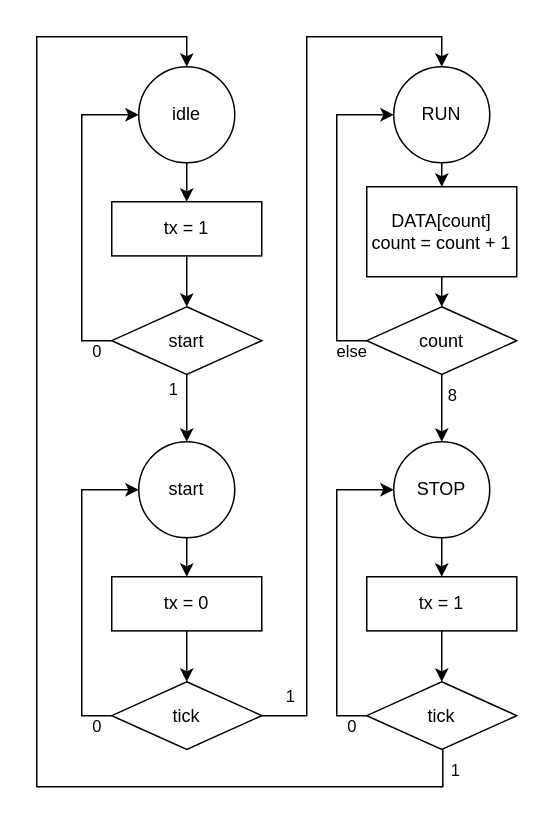
cong2738/FPGA_Harman keeps this draw.io diagram as uart_exam0314 ASM.drawio. Above is the earlier version. Source tidied: cells renumbered, new cells numbered last; positions are measured from the earlier drawing's top-left corner, leaving out a move shared by most shapes. Both pictures are drawn from the tidied source at 150%, with x=0, y=0 at pixel (36, 36).
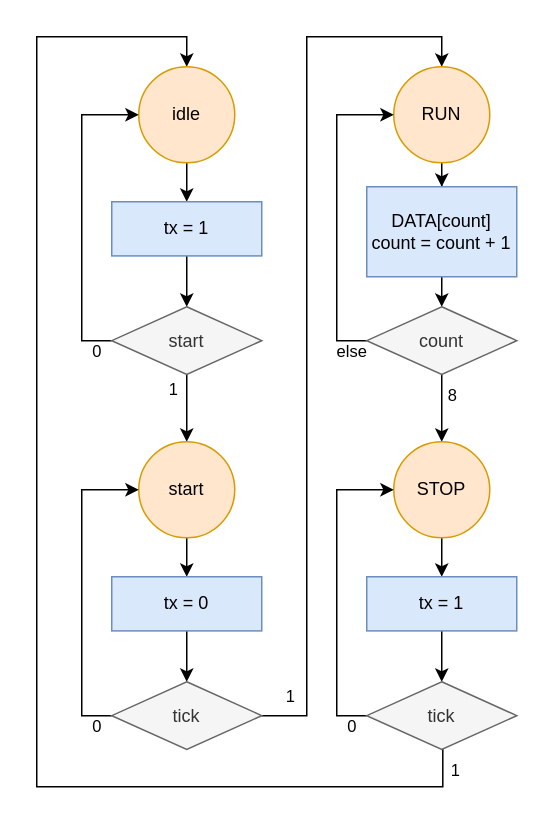
After the change.

Change to the diagram source:
```diff
@@
-    <mxCell id="2" style="group;" parent="1" vertex="1">
-      <mxGeometry x="30" y="20" width="120" height="230" as="geometry" />
-    </mxCell>
+    <mxCell id="18" style="edgeStyle=orthogonalEdgeStyle;rounded=0;jettySize=auto;html=1;entryX=0.5;entryY=0;entryDx=0;entryDy=0;" parent="1" edge="1" source="9" target="12">
+      <mxGeometry relative="1" as="geometry" />
+    </mxCell>
+    <mxCell id="19" value="1" style="edgeLabel;html=1;align=center;verticalAlign=middle;" parent="18" vertex="1">
+      <mxGeometry x="0.44" y="1" relative="1" as="geometry">
+        <mxPoint x="-11" y="-23" as="offset" />
+      </mxGeometry>
+    </mxCell>
+    <mxCell id="20" style="edgeStyle=orthogonalEdgeStyle;rounded=0;jettySize=auto;html=1;entryX=0.5;entryY=0;entryDx=0;entryDy=0;" parent="1" edge="1" source="17" target="32">
+      <mxGeometry relative="1" as="geometry">
+        <Array as="points">
+          <mxPoint x="180" y="453" />
+          <mxPoint x="180" />
+          <mxPoint x="270" />
+        </Array>
+      </mxGeometry>
+    </mxCell>
+    <mxCell id="21" value="1" style="edgeLabel;html=1;align=center;verticalAlign=middle;" parent="20" vertex="1">
+      <mxGeometry x="0.44" y="1" relative="1" as="geometry">
+        <mxPoint x="-11" y="384" as="offset" />
+      </mxGeometry>
+    </mxCell>
+    <mxCell id="38" style="edgeStyle=orthogonalEdgeStyle;rounded=0;jettySize=auto;html=1;entryX=0.5;entryY=0;entryDx=0;entryDy=0;exitX=0.507;exitY=0.979;exitDx=0;exitDy=0;exitPerimeter=0;" parent="1" edge="1" source="29" target="4">
+      <mxGeometry relative="1" as="geometry">
+        <Array as="points">
+          <mxPoint x="271" y="500" />
+          <mxPoint y="500" />
+          <mxPoint />
+          <mxPoint x="100" />
+        </Array>
+      </mxGeometry>
+    </mxCell>
+    <mxCell id="39" value="1" style="edgeLabel;html=1;align=center;verticalAlign=middle;" parent="38" vertex="1">
+      <mxGeometry x="-0.97" y="1" relative="1" as="geometry">
+        <mxPoint x="7" as="offset" />
+      </mxGeometry>
+    </mxCell>
+    <mxCell id="40" style="edgeStyle=orthogonalEdgeStyle;rounded=0;jettySize=auto;html=1;entryX=0.5;entryY=0;entryDx=0;entryDy=0;" parent="1" edge="1" source="37" target="24">
+      <mxGeometry relative="1" as="geometry" />
+    </mxCell>
+    <mxCell id="41" value="8" style="edgeLabel;html=1;align=center;verticalAlign=middle;" parent="40" vertex="1">
+      <mxGeometry x="-0.45" relative="1" as="geometry">
+        <mxPoint x="6" y="1" as="offset" />
+      </mxGeometry>
+    </mxCell>
-    <mxCell id="3" style="edgeStyle=orthogonalEdgeStyle;rounded=0;jettySize=auto;html=1;entryX=0.5;entryY=0;entryDx=0;entryDy=0;" parent="2" edge="1" source="4" target="6">
+    <mxCell id="3" style="edgeStyle=orthogonalEdgeStyle;rounded=0;jettySize=auto;html=1;entryX=0.5;entryY=0;entryDx=0;entryDy=0;" parent="1" edge="1" source="4" target="6">
       <mxGeometry relative="1" as="geometry" />
     </mxCell>
-    <mxCell id="4" value="idle" style="ellipse;whiteSpace=wrap;html=1;" parent="2" vertex="1">
-      <mxGeometry x="38" width="64" height="64" as="geometry" />
+    <mxCell id="4" value="idle" style="ellipse;whiteSpace=wrap;html=1;fillColor=#ffe6cc;strokeColor=#d79b00;" parent="1" vertex="1">
+      <mxGeometry x="68" y="20" width="64" height="64" as="geometry" />
     </mxCell>
-    <mxCell id="5" style="edgeStyle=orthogonalEdgeStyle;rounded=0;jettySize=auto;html=1;entryX=0.5;entryY=0;entryDx=0;entryDy=0;" parent="2" edge="1" source="6" target="9">
+    <mxCell id="5" style="edgeStyle=orthogonalEdgeStyle;rounded=0;jettySize=auto;html=1;entryX=0.5;entryY=0;entryDx=0;entryDy=0;" parent="1" edge="1" source="6" target="9">
       <mxGeometry relative="1" as="geometry" />
     </mxCell>
-    <mxCell id="6" value="tx = 1" style="rounded=0;whiteSpace=wrap;html=1;" parent="2" vertex="1">
-      <mxGeometry x="20" y="90" width="100" height="36.1" as="geometry" />
+    <mxCell id="6" value="tx = 1" style="rounded=0;whiteSpace=wrap;html=1;fillColor=#dae8fc;strokeColor=#6c8ebf;" parent="1" vertex="1">
+      <mxGeometry x="50" y="110" width="100" height="36.1" as="geometry" />
     </mxCell>
-    <mxCell id="7" style="edgeStyle=orthogonalEdgeStyle;rounded=0;jettySize=auto;html=1;entryX=0;entryY=0.5;entryDx=0;entryDy=0;" parent="2" edge="1" source="9" target="4">
+    <mxCell id="7" style="edgeStyle=orthogonalEdgeStyle;rounded=0;jettySize=auto;html=1;entryX=0;entryY=0.5;entryDx=0;entryDy=0;" parent="1" edge="1" source="9" target="4">
       <mxGeometry relative="1" as="geometry">
         <Array as="points">
-          <mxPoint y="183" />
-          <mxPoint y="32" />
+          <mxPoint x="30" y="203" />
+          <mxPoint x="30" y="52" />
         </Array>
       </mxGeometry>
     </mxCell>
@@
-    <mxCell id="9" value="start" style="rhombus;whiteSpace=wrap;html=1;" parent="2" vertex="1">
-      <mxGeometry x="20" y="160" width="100" height="45.2" as="geometry" />
+    <mxCell id="9" value="start" style="rhombus;whiteSpace=wrap;html=1;fillColor=#f5f5f5;fontColor=#333333;strokeColor=#666666;" parent="1" vertex="1">
+      <mxGeometry x="50" y="180" width="100" height="45.2" as="geometry" />
     </mxCell>
-    <mxCell id="10" style="group;" parent="1" vertex="1">
-      <mxGeometry x="30" y="270" width="120" height="230" as="geometry" />
-    </mxCell>
-    <mxCell id="11" style="edgeStyle=orthogonalEdgeStyle;rounded=0;jettySize=auto;html=1;entryX=0.5;entryY=0;entryDx=0;entryDy=0;" parent="10" edge="1" source="12" target="14">
+    <mxCell id="11" style="edgeStyle=orthogonalEdgeStyle;rounded=0;jettySize=auto;html=1;entryX=0.5;entryY=0;entryDx=0;entryDy=0;" parent="1" edge="1" source="12" target="14">
       <mxGeometry relative="1" as="geometry" />
     </mxCell>
-    <mxCell id="12" value="start" style="ellipse;whiteSpace=wrap;html=1;" parent="10" vertex="1">
-      <mxGeometry x="38" width="64" height="64" as="geometry" />
+    <mxCell id="12" value="start" style="ellipse;whiteSpace=wrap;html=1;fillColor=#ffe6cc;strokeColor=#d79b00;" parent="1" vertex="1">
+      <mxGeometry x="68" y="270" width="64" height="64" as="geometry" />
     </mxCell>
-    <mxCell id="13" style="edgeStyle=orthogonalEdgeStyle;rounded=0;jettySize=auto;html=1;entryX=0.5;entryY=0;entryDx=0;entryDy=0;" parent="10" edge="1" source="14" target="17">
+    <mxCell id="13" style="edgeStyle=orthogonalEdgeStyle;rounded=0;jettySize=auto;html=1;entryX=0.5;entryY=0;entryDx=0;entryDy=0;" parent="1" edge="1" source="14" target="17">
       <mxGeometry relative="1" as="geometry" />
     </mxCell>
-    <mxCell id="14" value="tx = 0" style="rounded=0;whiteSpace=wrap;html=1;" parent="10" vertex="1">
-      <mxGeometry x="20" y="90" width="100" height="36.1" as="geometry" />
+    <mxCell id="14" value="tx = 0" style="rounded=0;whiteSpace=wrap;html=1;fillColor=#dae8fc;strokeColor=#6c8ebf;" parent="1" vertex="1">
+      <mxGeometry x="50" y="360" width="100" height="36.1" as="geometry" />
     </mxCell>
-    <mxCell id="15" style="edgeStyle=orthogonalEdgeStyle;rounded=0;jettySize=auto;html=1;entryX=0;entryY=0.5;entryDx=0;entryDy=0;" parent="10" edge="1" source="17" target="12">
+    <mxCell id="15" style="edgeStyle=orthogonalEdgeStyle;rounded=0;jettySize=auto;html=1;entryX=0;entryY=0.5;entryDx=0;entryDy=0;" parent="1" edge="1" source="17" target="12">
       <mxGeometry relative="1" as="geometry">
         <Array as="points">
-          <mxPoint y="183" />
-          <mxPoint y="32" />
+          <mxPoint x="30" y="453" />
+          <mxPoint x="30" y="302" />
         </Array>
       </mxGeometry>
     </mxCell>
@@
-    <mxCell id="17" value="tick" style="rhombus;whiteSpace=wrap;html=1;" parent="10" vertex="1">
-      <mxGeometry x="20" y="160" width="100" height="45.2" as="geometry" />
+    <mxCell id="17" value="tick" style="rhombus;whiteSpace=wrap;html=1;fillColor=#f5f5f5;fontColor=#333333;strokeColor=#666666;" parent="1" vertex="1">
+      <mxGeometry x="50" y="430" width="100" height="45.2" as="geometry" />
     </mxCell>
-    <mxCell id="18" style="edgeStyle=orthogonalEdgeStyle;rounded=0;jettySize=auto;html=1;entryX=0.5;entryY=0;entryDx=0;entryDy=0;" parent="1" edge="1" source="9" target="12">
-      <mxGeometry relative="1" as="geometry" />
-    </mxCell>
-    <mxCell id="19" value="1" style="edgeLabel;html=1;align=center;verticalAlign=middle;" parent="18" vertex="1">
-      <mxGeometry x="0.44" y="1" relative="1" as="geometry">
-        <mxPoint x="-11" y="-23" as="offset" />
-      </mxGeometry>
-    </mxCell>
-    <mxCell id="20" style="edgeStyle=orthogonalEdgeStyle;rounded=0;jettySize=auto;html=1;entryX=0.5;entryY=0;entryDx=0;entryDy=0;" parent="1" edge="1" source="17" target="32">
-      <mxGeometry relative="1" as="geometry">
-        <Array as="points">
-          <mxPoint x="180" y="453" />
-          <mxPoint x="180" />
-          <mxPoint x="270" />
-        </Array>
-      </mxGeometry>
-    </mxCell>
-    <mxCell id="21" value="1" style="edgeLabel;html=1;align=center;verticalAlign=middle;" parent="20" vertex="1">
-      <mxGeometry x="0.44" y="1" relative="1" as="geometry">
-        <mxPoint x="-11" y="384" as="offset" />
-      </mxGeometry>
-    </mxCell>
-    <mxCell id="22" style="group;" parent="1" vertex="1">
-      <mxGeometry x="200" y="270" width="120" height="230" as="geometry" />
-    </mxCell>
-    <mxCell id="23" style="edgeStyle=orthogonalEdgeStyle;rounded=0;jettySize=auto;html=1;entryX=0.5;entryY=0;entryDx=0;entryDy=0;" parent="22" edge="1" source="24" target="26">
+    <mxCell id="23" style="edgeStyle=orthogonalEdgeStyle;rounded=0;jettySize=auto;html=1;entryX=0.5;entryY=0;entryDx=0;entryDy=0;" parent="1" edge="1" source="24" target="26">
       <mxGeometry relative="1" as="geometry" />
     </mxCell>
-    <mxCell id="24" value="STOP" style="ellipse;whiteSpace=wrap;html=1;" parent="22" vertex="1">
-      <mxGeometry x="38" width="64" height="64" as="geometry" />
+    <mxCell id="24" value="STOP" style="ellipse;whiteSpace=wrap;html=1;fillColor=#ffe6cc;strokeColor=#d79b00;" parent="1" vertex="1">
+      <mxGeometry x="238" y="270" width="64" height="64" as="geometry" />
     </mxCell>
-    <mxCell id="25" style="edgeStyle=orthogonalEdgeStyle;rounded=0;jettySize=auto;html=1;entryX=0.5;entryY=0;entryDx=0;entryDy=0;" parent="22" edge="1" source="26" target="29">
+    <mxCell id="25" style="edgeStyle=orthogonalEdgeStyle;rounded=0;jettySize=auto;html=1;entryX=0.5;entryY=0;entryDx=0;entryDy=0;" parent="1" edge="1" source="26" target="29">
       <mxGeometry relative="1" as="geometry" />
     </mxCell>
-    <mxCell id="26" value="tx = 1" style="rounded=0;whiteSpace=wrap;html=1;" parent="22" vertex="1">
-      <mxGeometry x="20" y="90" width="100" height="36.1" as="geometry" />
+    <mxCell id="26" value="tx = 1" style="rounded=0;whiteSpace=wrap;html=1;fillColor=#dae8fc;strokeColor=#6c8ebf;" parent="1" vertex="1">
+      <mxGeometry x="220" y="360" width="100" height="36.1" as="geometry" />
     </mxCell>
-    <mxCell id="27" style="edgeStyle=orthogonalEdgeStyle;rounded=0;jettySize=auto;html=1;entryX=0;entryY=0.5;entryDx=0;entryDy=0;" parent="22" edge="1" source="29" target="24">
+    <mxCell id="27" style="edgeStyle=orthogonalEdgeStyle;rounded=0;jettySize=auto;html=1;entryX=0;entryY=0.5;entryDx=0;entryDy=0;" parent="1" edge="1" source="29" target="24">
       <mxGeometry relative="1" as="geometry">
         <Array as="points">
-          <mxPoint y="183" />
-          <mxPoint y="32" />
+          <mxPoint x="200" y="453" />
+          <mxPoint x="200" y="302" />
         </Array>
       </mxGeometry>
     </mxCell>
@@
-    <mxCell id="29" value="tick" style="rhombus;whiteSpace=wrap;html=1;" parent="22" vertex="1">
-      <mxGeometry x="20" y="160" width="100" height="45.2" as="geometry" />
+    <mxCell id="29" value="tick" style="rhombus;whiteSpace=wrap;html=1;fillColor=#f5f5f5;fontColor=#333333;strokeColor=#666666;" parent="1" vertex="1">
+      <mxGeometry x="220" y="430" width="100" height="45.2" as="geometry" />
     </mxCell>
-    <mxCell id="30" style="group;" parent="1" vertex="1">
-      <mxGeometry x="200" y="20" width="120" height="230" as="geometry" />
-    </mxCell>
+    <mxCell id="42" style="group;" parent="1" vertex="1">
+      <mxGeometry x="200" y="20" width="120" height="205.2" as="geometry" />
+    </mxCell>
-    <mxCell id="31" style="edgeStyle=orthogonalEdgeStyle;rounded=0;jettySize=auto;html=1;entryX=0.5;entryY=0;entryDx=0;entryDy=0;" parent="30" edge="1" source="32" target="34">
+    <mxCell id="31" style="edgeStyle=orthogonalEdgeStyle;rounded=0;jettySize=auto;html=1;entryX=0.5;entryY=0;entryDx=0;entryDy=0;" parent="42" edge="1" source="32" target="34">
       <mxGeometry relative="1" as="geometry" />
     </mxCell>
-    <mxCell id="32" value="RUN" style="ellipse;whiteSpace=wrap;html=1;" parent="30" vertex="1">
+    <mxCell id="32" value="RUN" style="ellipse;whiteSpace=wrap;html=1;fillColor=#ffe6cc;strokeColor=#d79b00;" parent="42" vertex="1">
       <mxGeometry x="38" width="64" height="64" as="geometry" />
     </mxCell>
-    <mxCell id="33" style="edgeStyle=orthogonalEdgeStyle;rounded=0;jettySize=auto;html=1;exitX=0.5;exitY=1;exitDx=0;exitDy=0;entryX=0.5;entryY=0;entryDx=0;entryDy=0;" parent="30" edge="1" source="34" target="37">
+    <mxCell id="33" style="edgeStyle=orthogonalEdgeStyle;rounded=0;jettySize=auto;html=1;exitX=0.5;exitY=1;exitDx=0;exitDy=0;entryX=0.5;entryY=0;entryDx=0;entryDy=0;" parent="42" edge="1" source="34" target="37">
       <mxGeometry relative="1" as="geometry" />
     </mxCell>
-    <mxCell id="34" value="DATA[count]&lt;div&gt;count = count + 1&lt;/div&gt;" style="rounded=0;whiteSpace=wrap;html=1;" parent="30" vertex="1">
+    <mxCell id="34" value="DATA[count]&lt;div&gt;count = count + 1&lt;/div&gt;" style="rounded=0;whiteSpace=wrap;html=1;fillColor=#dae8fc;strokeColor=#6c8ebf;" parent="42" vertex="1">
       <mxGeometry x="20" y="80" width="100" height="60" as="geometry" />
     </mxCell>
-    <mxCell id="35" style="edgeStyle=orthogonalEdgeStyle;rounded=0;jettySize=auto;html=1;entryX=0;entryY=0.5;entryDx=0;entryDy=0;" parent="30" edge="1" source="37" target="32">
+    <mxCell id="35" style="edgeStyle=orthogonalEdgeStyle;rounded=0;jettySize=auto;html=1;entryX=0;entryY=0.5;entryDx=0;entryDy=0;" parent="42" edge="1" source="37" target="32">
       <mxGeometry relative="1" as="geometry">
         <Array as="points">
           <mxPoint y="183" />
           <mxPoint y="32" />
         </Array>
       </mxGeometry>
     </mxCell>
@@
-    <mxCell id="37" value="count" style="rhombus;whiteSpace=wrap;html=1;" parent="30" vertex="1">
+    <mxCell id="37" value="count" style="rhombus;whiteSpace=wrap;html=1;fillColor=#f5f5f5;fontColor=#333333;strokeColor=#666666;" parent="42" vertex="1">
       <mxGeometry x="20" y="160" width="100" height="45.2" as="geometry" />
     </mxCell>
-    <mxCell id="38" style="edgeStyle=orthogonalEdgeStyle;rounded=0;jettySize=auto;html=1;entryX=0.5;entryY=0;entryDx=0;entryDy=0;exitX=0.507;exitY=0.979;exitDx=0;exitDy=0;exitPerimeter=0;" parent="1" edge="1" source="29" target="4">
-      <mxGeometry relative="1" as="geometry">
-        <Array as="points">
-          <mxPoint x="271" y="500" />
-          <mxPoint y="500" />
-          <mxPoint />
-          <mxPoint x="100" />
-        </Array>
-      </mxGeometry>
-    </mxCell>
-    <mxCell id="39" value="1" style="edgeLabel;html=1;align=center;verticalAlign=middle;" parent="38" vertex="1">
-      <mxGeometry x="-0.97" y="1" relative="1" as="geometry">
-        <mxPoint x="7" as="offset" />
-      </mxGeometry>
-    </mxCell>
-    <mxCell id="40" style="edgeStyle=orthogonalEdgeStyle;rounded=0;jettySize=auto;html=1;entryX=0.5;entryY=0;entryDx=0;entryDy=0;" parent="1" edge="1" source="37" target="24">
-      <mxGeometry relative="1" as="geometry" />
-    </mxCell>
-    <mxCell id="41" value="8" style="edgeLabel;html=1;align=center;verticalAlign=middle;" parent="40" vertex="1">
-      <mxGeometry x="-0.45" relative="1" as="geometry">
-        <mxPoint x="6" y="1" as="offset" />
-      </mxGeometry>
-    </mxCell>
```
